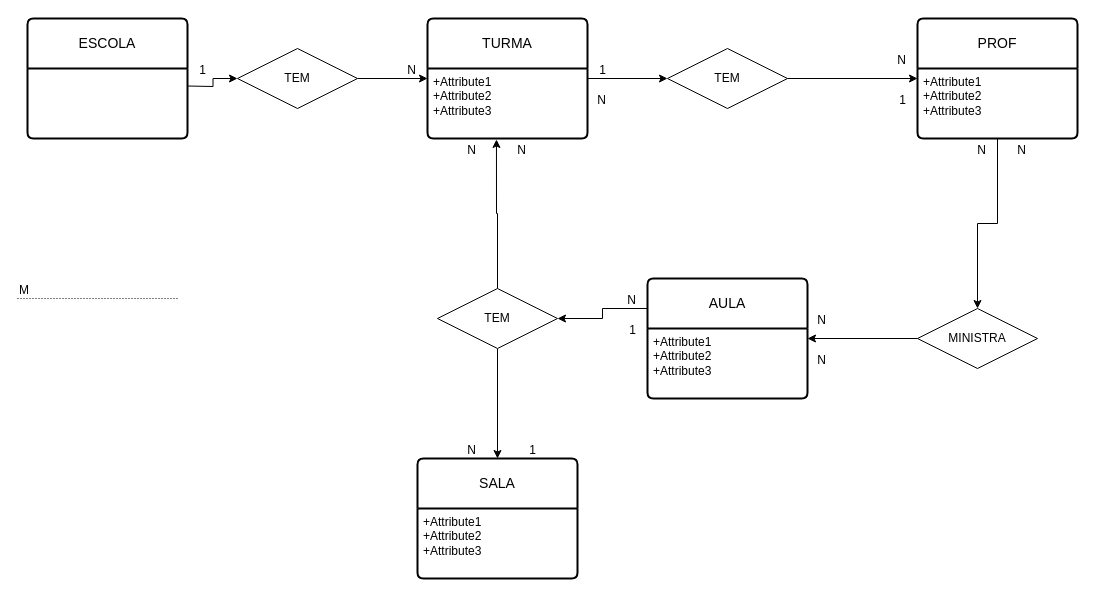
Above: escola.drawio in GusFrig/question (draw.io), before the change. Source tidied: cells renumbered, new cells numbered last; positions are measured from the earlier drawing's top-left corner, leaving out a move shared by most shapes. Both pictures are drawn from the tidied source at 100%, with x=0, y=0 at pixel (17, 18).
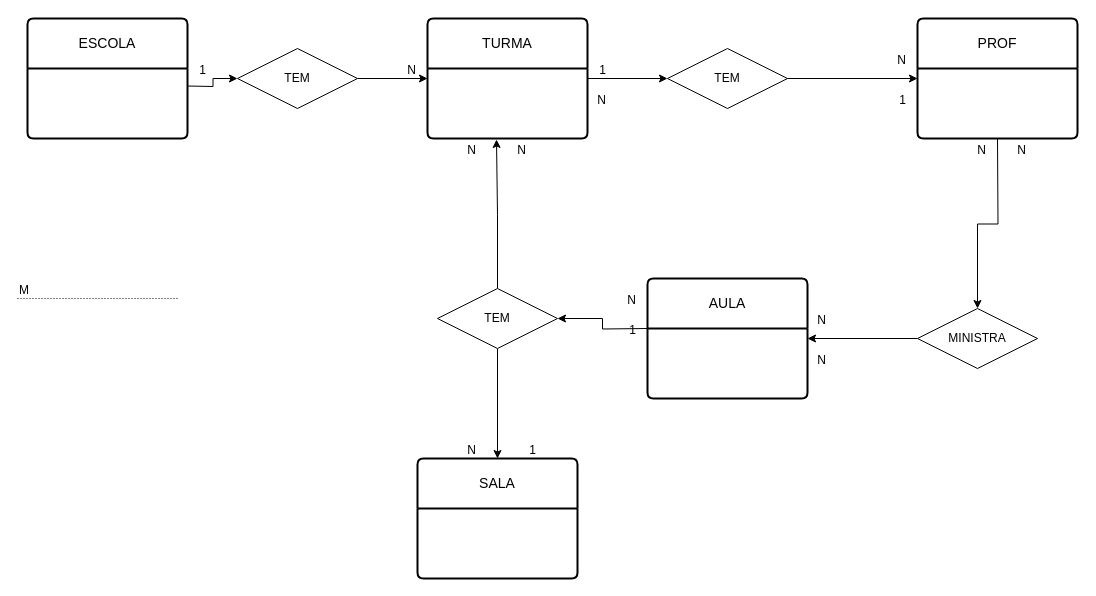
After the change.

The change refers to these unchanged cells:
```xml
<mxCell id="2" value="AULA" style="swimlane;horizontal=1;startSize=50;rounded=1;fontSize=14;fontStyle=0;strokeWidth=2;shadow=0;dashed=0;align=center;arcSize=4;whiteSpace=wrap;html=1;" parent="1" vertex="1">
  <mxGeometry x="630" y="260" width="160" height="120" as="geometry" />
</mxCell>
<mxCell id="4" value="SALA" style="swimlane;horizontal=1;startSize=50;rounded=1;fontSize=14;fontStyle=0;strokeWidth=2;shadow=0;dashed=0;align=center;arcSize=4;whiteSpace=wrap;html=1;" parent="1" vertex="1">
  <mxGeometry x="400" y="440" width="160" height="120" as="geometry" />
</mxCell>
<mxCell id="6" value="PROF" style="swimlane;horizontal=1;startSize=50;rounded=1;fontSize=14;fontStyle=0;strokeWidth=2;shadow=0;dashed=0;align=center;arcSize=4;whiteSpace=wrap;html=1;" parent="1" vertex="1">
  <mxGeometry x="900" width="160" height="120" as="geometry" />
</mxCell>
<mxCell id="9" value="TURMA" style="swimlane;horizontal=1;startSize=50;rounded=1;fontSize=14;fontStyle=0;strokeWidth=2;shadow=0;dashed=0;align=center;arcSize=4;whiteSpace=wrap;html=1;" parent="1" vertex="1">
  <mxGeometry x="410" width="160" height="120" as="geometry" />
</mxCell>
<mxCell id="14" value="TEM" style="shape=rhombus;perimeter=rhombusPerimeter;whiteSpace=wrap;html=1;align=center;" parent="1" vertex="1">
  <mxGeometry x="420" y="270" width="120" height="60" as="geometry" />
</mxCell>
<mxCell id="16" value="MINISTRA" style="shape=rhombus;perimeter=rhombusPerimeter;whiteSpace=wrap;html=1;align=center;" parent="1" vertex="1">
  <mxGeometry x="900" y="290" width="120" height="60" as="geometry" />
</mxCell>
```

The edit, as a diff of the source:
```diff
@@
-    <mxCell id="3" value="+Attribute1&#10;+Attribute2&#10;+Attribute3" style="align=left;strokeColor=none;fillColor=none;spacingLeft=4;fontSize=12;verticalAlign=top;html=1;" parent="2" vertex="1">
-      <mxGeometry y="50" width="160" height="70" as="geometry" />
-    </mxCell>
@@
-    <mxCell id="5" value="+Attribute1&#10;+Attribute2&#10;+Attribute3" style="align=left;strokeColor=none;fillColor=none;spacingLeft=4;fontSize=12;verticalAlign=top;html=1;" parent="4" vertex="1">
-      <mxGeometry y="50" width="160" height="70" as="geometry" />
-    </mxCell>
@@
-    <mxCell id="7" value="+Attribute1&#10;+Attribute2&#10;+Attribute3" style="align=left;strokeColor=none;fillColor=none;spacingLeft=4;fontSize=12;verticalAlign=top;html=1;" parent="6" vertex="1">
-      <mxGeometry y="50" width="160" height="70" as="geometry" />
-    </mxCell>
@@
-    <mxCell id="10" value="+Attribute1&#10;+Attribute2&#10;+Attribute3" style="align=left;strokeColor=none;fillColor=none;spacingLeft=4;fontSize=12;verticalAlign=top;html=1;" parent="9" vertex="1">
-      <mxGeometry y="50" width="160" height="70" as="geometry" />
-    </mxCell>
@@
-    <mxCell id="13" style="edgeStyle=orthogonalEdgeStyle;rounded=0;jettySize=auto;html=1;exitX=0.5;exitY=0;exitDx=0;exitDy=0;entryX=0.431;entryY=1.014;entryDx=0;entryDy=0;entryPerimeter=0;" parent="1" edge="1" source="14" target="10">
-      <mxGeometry relative="1" as="geometry" />
+    <mxCell id="13" style="edgeStyle=orthogonalEdgeStyle;rounded=0;jettySize=auto;html=1;exitX=0.5;exitY=0;exitDx=0;exitDy=0;entryX=0.431;entryY=1.014;entryDx=0;entryDy=0;entryPerimeter=0;" parent="1" edge="1" source="14">
+      <mxGeometry relative="1" as="geometry">
+        <mxPoint x="479" y="121" as="targetPoint" />
+      </mxGeometry>
     </mxCell>
@@
-    <mxCell id="15" style="edgeStyle=orthogonalEdgeStyle;rounded=0;jettySize=auto;html=1;exitX=0;exitY=0.5;exitDx=0;exitDy=0;entryX=1;entryY=0.143;entryDx=0;entryDy=0;entryPerimeter=0;" parent="1" edge="1" source="16" target="3">
-      <mxGeometry relative="1" as="geometry" />
+    <mxCell id="15" style="edgeStyle=orthogonalEdgeStyle;rounded=0;jettySize=auto;html=1;exitX=0;exitY=0.5;exitDx=0;exitDy=0;entryX=1;entryY=0.143;entryDx=0;entryDy=0;entryPerimeter=0;" parent="1" edge="1" source="16">
+      <mxGeometry relative="1" as="geometry">
+        <mxPoint x="790" y="320" as="targetPoint" />
+      </mxGeometry>
     </mxCell>
@@
-    <mxCell id="22" style="edgeStyle=orthogonalEdgeStyle;rounded=0;jettySize=auto;html=1;exitX=0.5;exitY=1;exitDx=0;exitDy=0;" parent="1" edge="1" source="7" target="16">
-      <mxGeometry relative="1" as="geometry" />
+    <mxCell id="22" style="edgeStyle=orthogonalEdgeStyle;rounded=0;jettySize=auto;html=1;exitX=0.5;exitY=1;exitDx=0;exitDy=0;" parent="1" edge="1" target="16">
+      <mxGeometry relative="1" as="geometry">
+        <mxPoint x="980" y="120" as="sourcePoint" />
+      </mxGeometry>
     </mxCell>
-    <mxCell id="23" style="edgeStyle=orthogonalEdgeStyle;rounded=0;jettySize=auto;html=1;exitX=0;exitY=0;exitDx=0;exitDy=0;entryX=1;entryY=0.5;entryDx=0;entryDy=0;" parent="1" edge="1" source="3" target="14">
-      <mxGeometry relative="1" as="geometry" />
+    <mxCell id="23" style="edgeStyle=orthogonalEdgeStyle;rounded=0;jettySize=auto;html=1;exitX=0;exitY=0;exitDx=0;exitDy=0;entryX=1;entryY=0.5;entryDx=0;entryDy=0;" parent="1" edge="1" target="14">
+      <mxGeometry relative="1" as="geometry">
+        <mxPoint x="630" y="310" as="sourcePoint" />
+      </mxGeometry>
     </mxCell>
```
